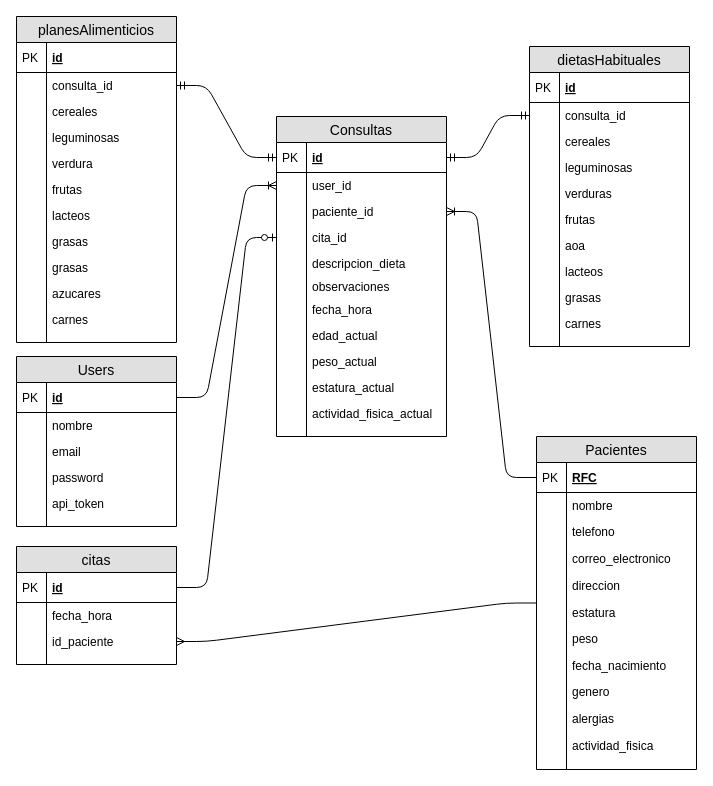
Before: baseDeDatosProyecto.drawio in elagabalus01/nutrikit, a draw.io diagram. Source tidied: cells renumbered, new cells numbered last; positions are measured from the earlier drawing's top-left corner, leaving out a move shared by most shapes. Both pictures are drawn from the tidied source at 100%, with x=0, y=0 at pixel (16, 16).
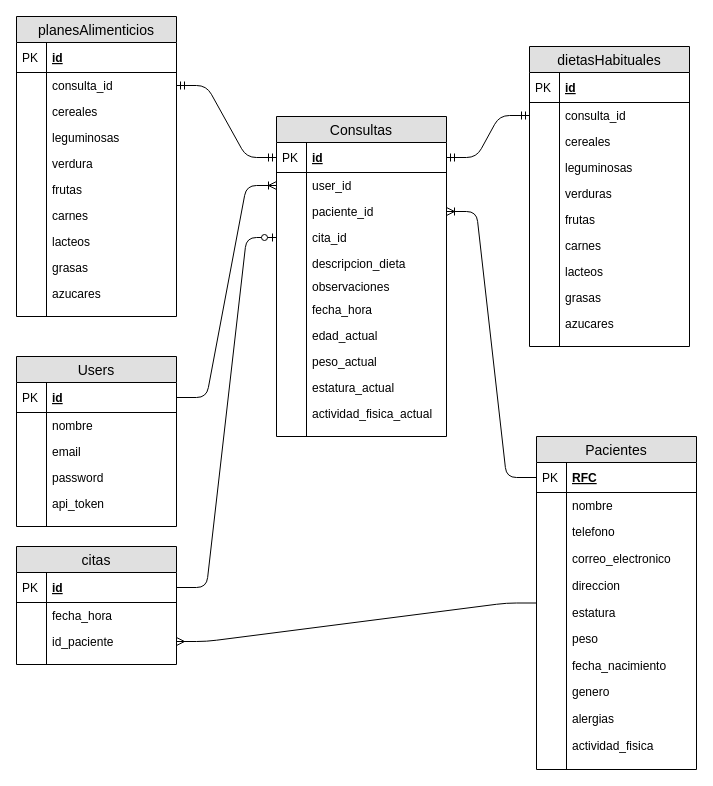
After the change.

Unchanged cells that the change refers to:
```xml
<mxCell id="75" value="dietasHabituales" style="swimlane;fontStyle=0;horizontal=1;startSize=26;fillColor=#e0e0e0;swimlaneFillColor=#ffffff;align=center;fontSize=14;" parent="1" vertex="1">
  <mxGeometry x="513" y="30" width="160" height="300" as="geometry" />
</mxCell>
```

What changed in the source:
```diff
@@
-    <mxCell id="88" value="aoa" style="shape=partialRectangle;top=0;left=0;right=0;bottom=0;align=left;verticalAlign=top;fillColor=none;spacingLeft=34;spacingRight=4;overflow=hidden;fontSize=12;" parent="75" vertex="1">
+    <mxCell id="88" value="carnes" style="shape=partialRectangle;top=0;left=0;right=0;bottom=0;align=left;verticalAlign=top;fillColor=none;spacingLeft=34;spacingRight=4;overflow=hidden;fontSize=12;" parent="75" vertex="1">
       <mxGeometry y="186" width="160" height="26" as="geometry" />
     </mxCell>
@@
-    <mxCell id="94" value="carnes" style="shape=partialRectangle;top=0;left=0;right=0;bottom=0;align=left;verticalAlign=top;fillColor=none;spacingLeft=34;spacingRight=4;overflow=hidden;fontSize=12;" parent="75" vertex="1">
+    <mxCell id="94" value="azucares" style="shape=partialRectangle;top=0;left=0;right=0;bottom=0;align=left;verticalAlign=top;fillColor=none;spacingLeft=34;spacingRight=4;overflow=hidden;fontSize=12;" parent="75" vertex="1">
       <mxGeometry y="264" width="160" height="26" as="geometry" />
     </mxCell>
@@
     <mxCell id="98" value="planesAlimenticios" style="swimlane;fontStyle=0;horizontal=1;startSize=26;fillColor=#e0e0e0;swimlaneFillColor=#ffffff;align=center;fontSize=14;" parent="1" vertex="1">
-      <mxGeometry width="160" height="326" as="geometry" />
+      <mxGeometry width="160" height="300" as="geometry" />
     </mxCell>
@@
+    <mxCell id="119" value="carnes" style="shape=partialRectangle;top=0;left=0;right=0;bottom=0;align=left;verticalAlign=top;fillColor=none;spacingLeft=34;spacingRight=4;overflow=hidden;fontSize=12;" parent="98" vertex="1">
+      <mxGeometry y="186" width="160" height="26" as="geometry" />
+    </mxCell>
+    <mxCell id="120" style="shape=partialRectangle;top=0;left=0;bottom=0;fillColor=none;align=left;verticalAlign=top;spacingLeft=4;spacingRight=4;overflow=hidden;fontSize=12;" parent="119" vertex="1">
+      <mxGeometry width="30" height="26" as="geometry" />
+    </mxCell>
     <mxCell id="111" value="lacteos" style="shape=partialRectangle;top=0;left=0;right=0;bottom=0;align=left;verticalAlign=top;fillColor=none;spacingLeft=34;spacingRight=4;overflow=hidden;fontSize=12;" parent="98" vertex="1">
-      <mxGeometry y="186" width="160" height="26" as="geometry" />
+      <mxGeometry y="212" width="160" height="26" as="geometry" />
     </mxCell>
@@
     <mxCell id="113" value="grasas" style="shape=partialRectangle;top=0;left=0;right=0;bottom=0;align=left;verticalAlign=top;fillColor=none;spacingLeft=34;spacingRight=4;overflow=hidden;fontSize=12;" parent="98" vertex="1">
-      <mxGeometry y="212" width="160" height="26" as="geometry" />
+      <mxGeometry y="238" width="160" height="26" as="geometry" />
     </mxCell>
@@
-    <mxCell id="115" value="grasas" style="shape=partialRectangle;top=0;left=0;right=0;bottom=0;align=left;verticalAlign=top;fillColor=none;spacingLeft=34;spacingRight=4;overflow=hidden;fontSize=12;" parent="98" vertex="1">
-      <mxGeometry y="238" width="160" height="26" as="geometry" />
-    </mxCell>
-    <mxCell id="116" style="shape=partialRectangle;top=0;left=0;bottom=0;fillColor=none;align=left;verticalAlign=top;spacingLeft=4;spacingRight=4;overflow=hidden;fontSize=12;" parent="115" vertex="1">
-      <mxGeometry width="30" height="26" as="geometry" />
-    </mxCell>
@@
-    <mxCell id="119" value="carnes" style="shape=partialRectangle;top=0;left=0;right=0;bottom=0;align=left;verticalAlign=top;fillColor=none;spacingLeft=34;spacingRight=4;overflow=hidden;fontSize=12;" parent="98" vertex="1">
-      <mxGeometry y="290" width="160" height="26" as="geometry" />
-    </mxCell>
-    <mxCell id="120" style="shape=partialRectangle;top=0;left=0;bottom=0;fillColor=none;align=left;verticalAlign=top;spacingLeft=4;spacingRight=4;overflow=hidden;fontSize=12;" parent="119" vertex="1">
-      <mxGeometry width="30" height="26" as="geometry" />
-    </mxCell>
     <mxCell id="121" style="shape=partialRectangle;top=0;left=0;right=0;bottom=0;align=left;verticalAlign=top;fillColor=none;spacingLeft=34;spacingRight=4;overflow=hidden;fontSize=12;" parent="98" vertex="1">
-      <mxGeometry y="316" width="160" height="10" as="geometry" />
+      <mxGeometry y="290" width="160" height="10" as="geometry" />
     </mxCell>
```
